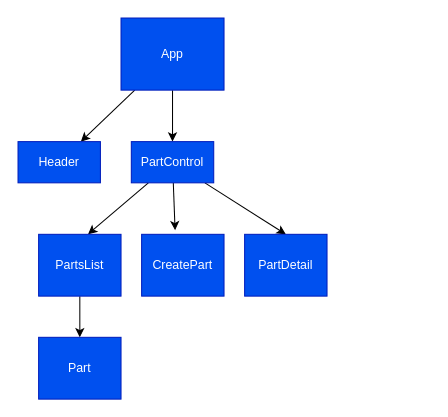
Before: components.drawio in nathanfletch/lego-collection, a draw.io diagram. Source tidied: cells renumbered, new cells numbered last; positions are measured from the earlier drawing's top-left corner, leaving out a move shared by most shapes. Both pictures are drawn from the tidied source at 103%, with x=0, y=0 at pixel (18, 18).
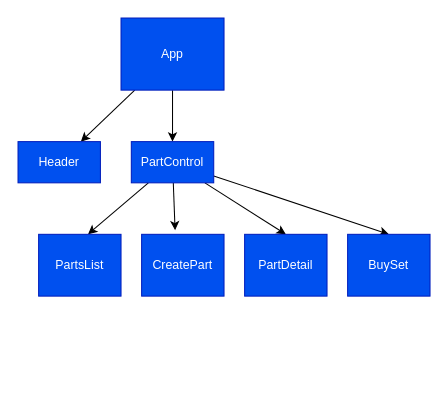
The same page after the edit.

Change to the diagram source:
```diff
@@
 <mxGraphModel>
   <root>
     <mxCell id="0" />
     <mxCell id="1" parent="0" />
     <mxCell id="2" style="edgeStyle=none;html=1;entryX=0.5;entryY=0;entryDx=0;entryDy=0;" parent="1" edge="1" source="4" target="8">
       <mxGeometry relative="1" as="geometry" />
     </mxCell>
     <mxCell id="3" style="edgeStyle=none;html=1;" parent="1" edge="1" source="4" target="14">
       <mxGeometry relative="1" as="geometry" />
     </mxCell>
     <mxCell id="4" value="App" style="text;html=1;strokeColor=#001DBC;fillColor=#0050ef;align=center;verticalAlign=middle;whiteSpace=wrap;rounded=0;fontColor=#ffffff;" parent="1" vertex="1">
       <mxGeometry x="100" width="100" height="70" as="geometry" />
     </mxCell>
     <mxCell id="5" style="edgeStyle=none;html=1;entryX=0.406;entryY=-0.067;entryDx=0;entryDy=0;entryPerimeter=0;" parent="1" edge="1" source="8" target="11">
       <mxGeometry relative="1" as="geometry" />
     </mxCell>
     <mxCell id="6" style="edgeStyle=none;html=1;entryX=0.6;entryY=-0.002;entryDx=0;entryDy=0;entryPerimeter=0;" parent="1" edge="1" source="8" target="10">
       <mxGeometry relative="1" as="geometry" />
     </mxCell>
     <mxCell id="7" style="edgeStyle=none;html=1;entryX=0.5;entryY=0;entryDx=0;entryDy=0;" parent="1" edge="1" source="8" target="13">
       <mxGeometry relative="1" as="geometry" />
     </mxCell>
+    <mxCell id="15" style="edgeStyle=none;html=1;entryX=0.5;entryY=0;entryDx=0;entryDy=0;" parent="1" edge="1" source="8" target="16">
+      <mxGeometry relative="1" as="geometry" />
+    </mxCell>
     <mxCell id="8" value="PartControl&lt;br&gt;" style="text;html=1;strokeColor=#001DBC;fillColor=#0050ef;align=center;verticalAlign=middle;whiteSpace=wrap;rounded=0;fontColor=#ffffff;" parent="1" vertex="1">
       <mxGeometry x="110" y="120" width="80" height="40" as="geometry" />
     </mxCell>
-    <mxCell id="9" style="edgeStyle=none;html=1;entryX=0.5;entryY=0;entryDx=0;entryDy=0;" parent="1" edge="1" source="10" target="12">
-      <mxGeometry relative="1" as="geometry" />
-    </mxCell>
     <mxCell id="10" value="PartsList" style="text;html=1;strokeColor=#001DBC;fillColor=#0050ef;align=center;verticalAlign=middle;whiteSpace=wrap;rounded=0;fontColor=#ffffff;" parent="1" vertex="1">
       <mxGeometry x="20" y="210" width="80" height="60" as="geometry" />
     </mxCell>
     <mxCell id="11" value="CreatePart" style="text;html=1;strokeColor=#001DBC;fillColor=#0050ef;align=center;verticalAlign=middle;whiteSpace=wrap;rounded=0;fontColor=#ffffff;" parent="1" vertex="1">
       <mxGeometry x="120" y="210" width="80" height="60" as="geometry" />
     </mxCell>
-    <mxCell id="12" value="Part" style="text;html=1;strokeColor=#001DBC;fillColor=#0050ef;align=center;verticalAlign=middle;whiteSpace=wrap;rounded=0;fontColor=#ffffff;" parent="1" vertex="1">
-      <mxGeometry x="20" y="310" width="80" height="60" as="geometry" />
-    </mxCell>
     <mxCell id="13" value="PartDetail" style="text;html=1;strokeColor=#001DBC;fillColor=#0050ef;align=center;verticalAlign=middle;whiteSpace=wrap;rounded=0;fontColor=#ffffff;" parent="1" vertex="1">
       <mxGeometry x="220" y="210" width="80" height="60" as="geometry" />
     </mxCell>
     <mxCell id="14" value="Header" style="text;html=1;strokeColor=#001DBC;fillColor=#0050ef;align=center;verticalAlign=middle;whiteSpace=wrap;rounded=0;fontColor=#ffffff;" parent="1" vertex="1">
       <mxGeometry y="120" width="80" height="40" as="geometry" />
     </mxCell>
+    <mxCell id="16" value="BuySet" style="text;html=1;strokeColor=#001DBC;fillColor=#0050ef;align=center;verticalAlign=middle;whiteSpace=wrap;rounded=0;fontColor=#ffffff;" parent="1" vertex="1">
+      <mxGeometry x="320" y="210" width="80" height="60" as="geometry" />
+    </mxCell>
   </root>
 </mxGraphModel>
```
